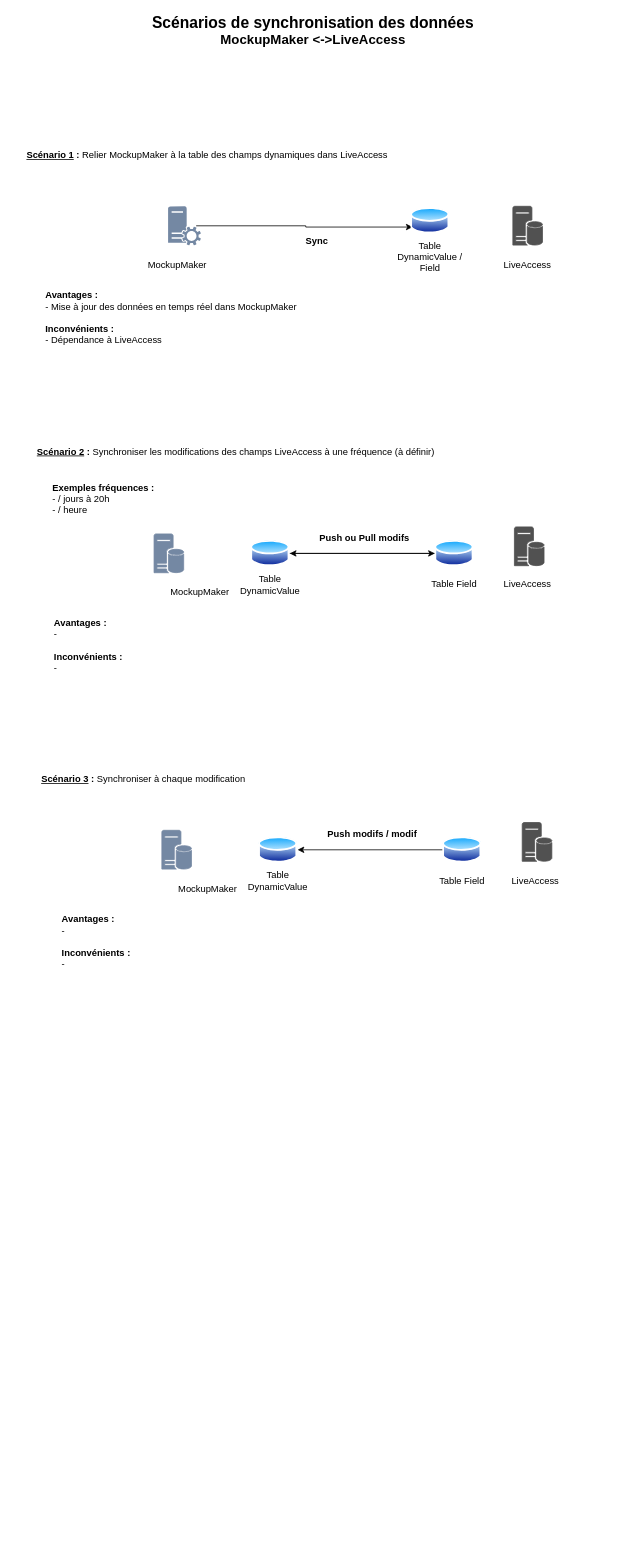
Earlier version of the draw.io diagram LiveMockup.drawio (Junior2Kouak/LePendu). Source tidied: cells renumbered, new cells numbered last; positions are measured from the earlier drawing's top-left corner, leaving out a move shared by most shapes. Both pictures are drawn from the tidied source at 78%, with x=0, y=0 at pixel (13, 19).
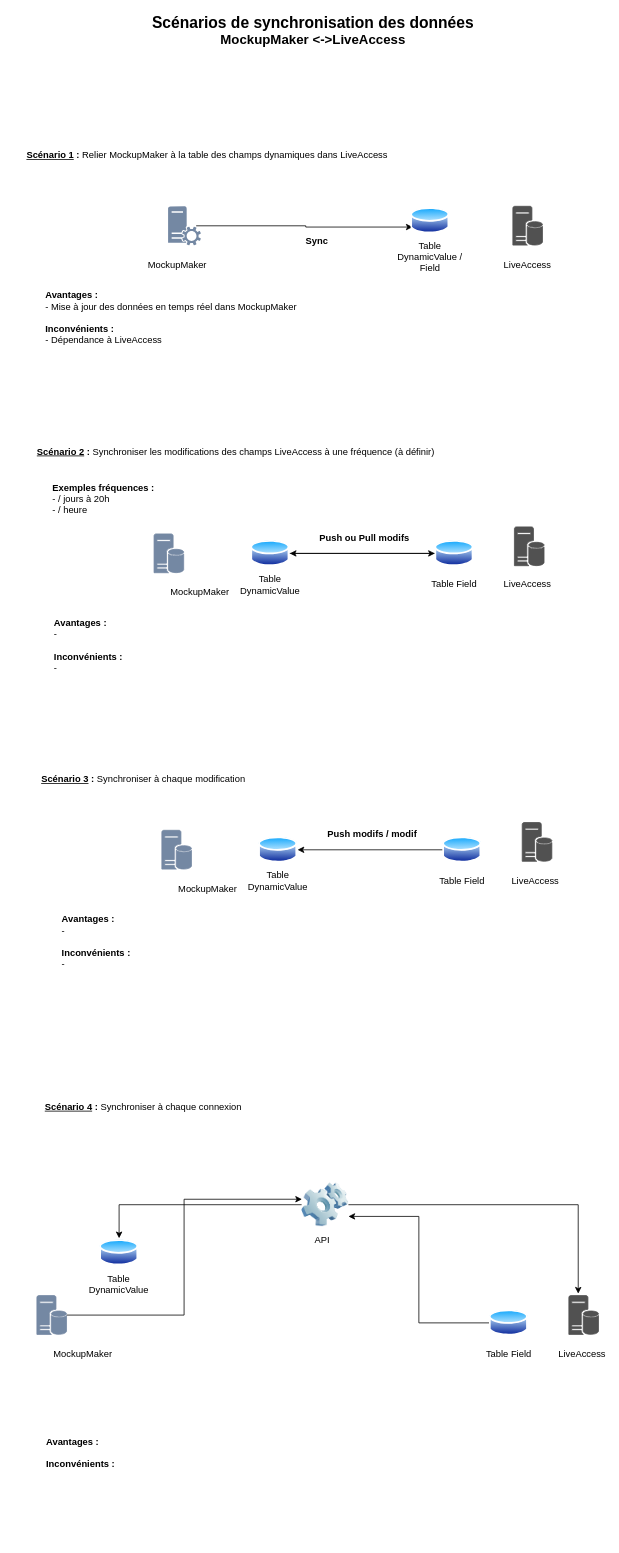
Above is the later version.

Commit message (it also covers changes not shown here):
Mettre à jour LiveMockup.drawio

What changed in the source:
```diff
@@
+    <mxCell id="39" style="edgeStyle=orthogonalEdgeStyle;rounded=0;jettySize=auto;html=1;entryX=0.008;entryY=0.383;entryDx=0;entryDy=0;entryPerimeter=0;" parent="1" edge="1" source="40" target="53">
+      <mxGeometry relative="1" as="geometry" />
+    </mxCell>
+    <mxCell id="40" style="sketch=0;shadow=0;dashed=0;html=1;labelPosition=center;verticalLabelPosition=bottom;verticalAlign=top;align=center;shape=mxgraph.mscae.enterprise.database_server;fillColor=#7488A3;strokeColor=#7488a3;fontColor=#ffffff;" parent="1" vertex="1">
+      <mxGeometry x="29.8" y="1636.5" width="38" height="50" as="geometry" />
+    </mxCell>
+    <mxCell id="41" style="sketch=0;shadow=0;dashed=0;html=1;labelPosition=center;verticalLabelPosition=bottom;verticalAlign=top;align=center;shape=mxgraph.mscae.enterprise.database_server;fillColor=#515151;strokeColor=#515151;fontColor=#ffffff;" parent="1" vertex="1">
+      <mxGeometry x="711.8" y="1636.5" width="38" height="50" as="geometry" />
+    </mxCell>
+    <mxCell id="42" value="MockupMaker" style="text;html=1;strokeColor=none;fillColor=none;align=center;verticalAlign=middle;whiteSpace=wrap;rounded=0;" parent="1" vertex="1">
+      <mxGeometry x="58.8" y="1696.5" width="60" height="30" as="geometry" />
+    </mxCell>
+    <mxCell id="43" value="LiveAccess" style="text;html=1;strokeColor=none;fillColor=none;align=center;verticalAlign=middle;whiteSpace=wrap;rounded=0;" parent="1" vertex="1">
+      <mxGeometry x="698.8" y="1696.5" width="60" height="30" as="geometry" />
+    </mxCell>
+    <mxCell id="44" value="&lt;u style=&quot;font-weight: bold;&quot;&gt;Scénario 4&lt;/u&gt;&lt;b&gt;&amp;nbsp;: &lt;/b&gt;Synchroniser à chaque connexion" style="text;html=1;strokeColor=none;fillColor=none;align=center;verticalAlign=middle;whiteSpace=wrap;rounded=0;" parent="1" vertex="1">
+      <mxGeometry x="19.2" y="1380" width="295" height="30" as="geometry" />
+    </mxCell>
+    <mxCell id="45" value="&lt;b&gt;Avantages :&lt;/b&gt;&lt;br&gt;&lt;br&gt;&lt;b&gt;Inconvénients :&lt;/b&gt;&lt;br&gt;&amp;nbsp;" style="text;html=1;strokeColor=none;fillColor=none;align=left;verticalAlign=middle;whiteSpace=wrap;rounded=0;" parent="1" vertex="1">
+      <mxGeometry x="40.2" y="1740" width="460" height="210" as="geometry" />
+    </mxCell>
+    <mxCell id="46" style="edgeStyle=orthogonalEdgeStyle;rounded=0;jettySize=auto;html=1;entryX=1;entryY=0.75;entryDx=0;entryDy=0;" parent="1" edge="1" source="47" target="53">
+      <mxGeometry relative="1" as="geometry" />
+    </mxCell>
+    <mxCell id="47" style="perimeter=ellipsePerimeter;html=1;align=center;shadow=0;dashed=0;spacingTop=3;image;image=img/lib/active_directory/database.svg;" parent="1" vertex="1">
+      <mxGeometry x="609.8" y="1653" width="50" height="37" as="geometry" />
+    </mxCell>
+    <mxCell id="48" value="Table Field" style="text;html=1;strokeColor=none;fillColor=none;align=center;verticalAlign=middle;whiteSpace=wrap;rounded=0;" parent="1" vertex="1">
+      <mxGeometry x="579.8" y="1696.5" width="110" height="30" as="geometry" />
+    </mxCell>
+    <mxCell id="49" style="perimeter=ellipsePerimeter;html=1;align=center;shadow=0;dashed=0;spacingTop=3;image;image=img/lib/active_directory/database.svg;" parent="1" vertex="1">
+      <mxGeometry x="110.2" y="1563" width="50" height="37" as="geometry" />
+    </mxCell>
+    <mxCell id="50" value="Table DynamicValue" style="text;html=1;strokeColor=none;fillColor=none;align=center;verticalAlign=middle;whiteSpace=wrap;rounded=0;" parent="1" vertex="1">
+      <mxGeometry x="80.2" y="1606.5" width="110" height="30" as="geometry" />
+    </mxCell>
+    <mxCell id="51" style="edgeStyle=orthogonalEdgeStyle;rounded=0;jettySize=auto;html=1;" parent="1" edge="1" source="53" target="49">
+      <mxGeometry relative="1" as="geometry" />
+    </mxCell>
+    <mxCell id="52" style="edgeStyle=orthogonalEdgeStyle;rounded=0;jettySize=auto;html=1;entryX=0.316;entryY=-0.05;entryDx=0;entryDy=0;entryPerimeter=0;" parent="1" edge="1" source="53" target="41">
+      <mxGeometry relative="1" as="geometry" />
+    </mxCell>
+    <mxCell id="53" style="image;html=1;image=img/lib/clip_art/computers/Software_128x128.png;" parent="1" vertex="1">
+      <mxGeometry x="369.2" y="1490" width="60" height="60" as="geometry" />
+    </mxCell>
+    <mxCell id="54" value="API" style="text;html=1;strokeColor=none;fillColor=none;align=center;verticalAlign=middle;whiteSpace=wrap;rounded=0;" parent="1" vertex="1">
+      <mxGeometry x="366.2" y="1550" width="60" height="30" as="geometry" />
+    </mxCell>
```
